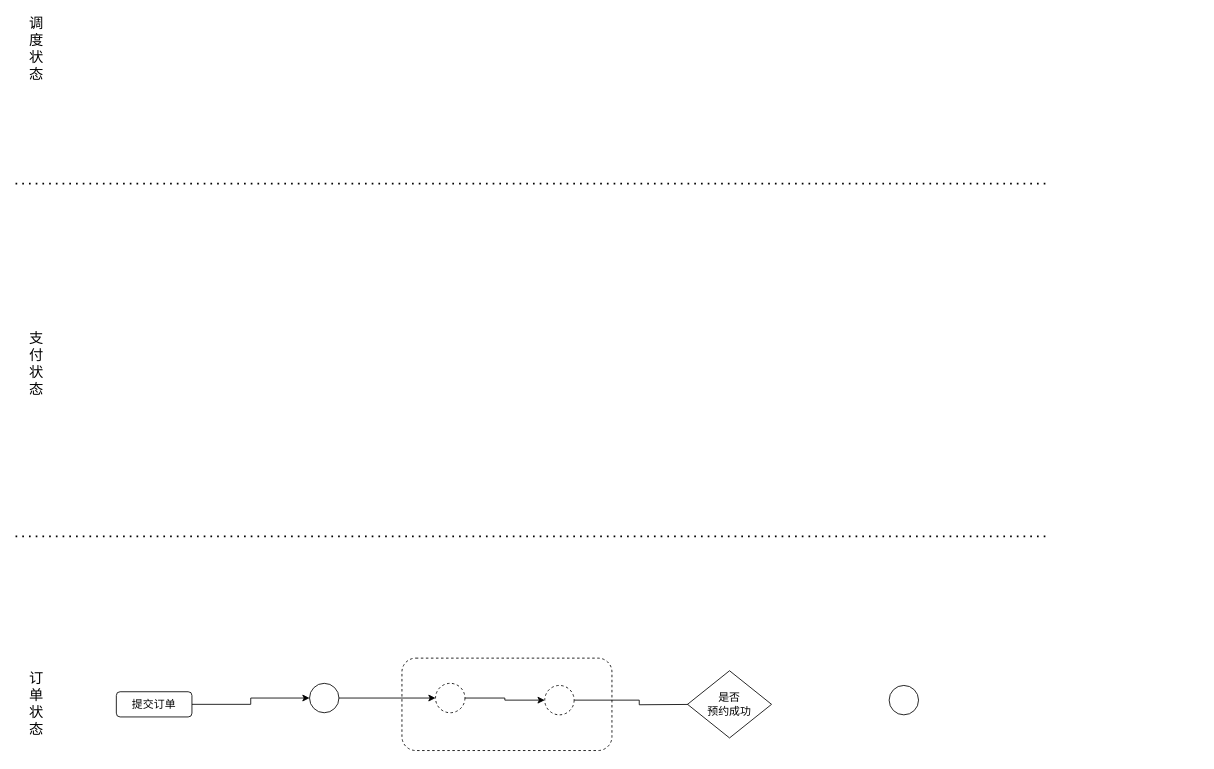
nbnbnb/Draw keeps this draw.io diagram as 状态机.drawio. Above is the earlier version. Source tidied: cells renumbered, new cells numbered last; positions are measured from the earlier drawing's top-left corner, leaving out a move shared by most shapes. Both pictures are drawn from the tidied source at 84%, with x=0, y=0 at pixel (15, 24).
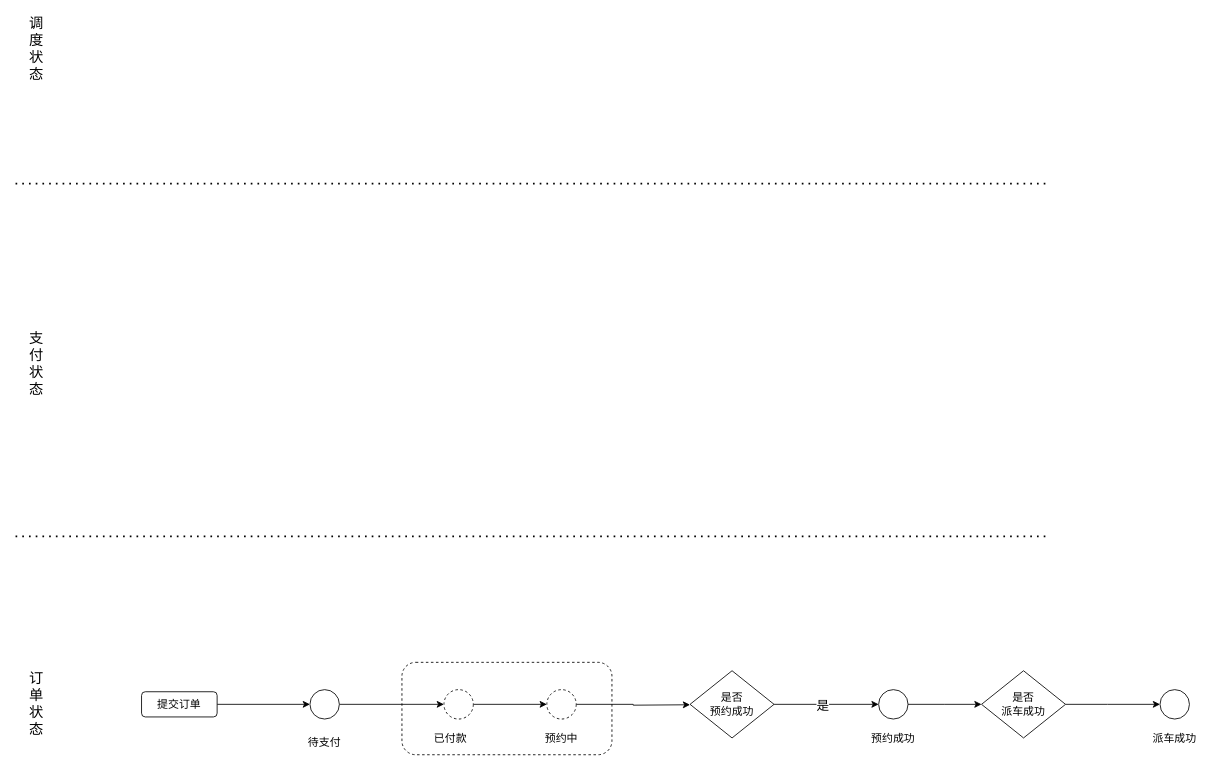
The same diagram, later.

Commit message (it also covers changes not shown here):
更新状态机.drawio

Diff of the diagram source:
```diff
@@
     <mxCell id="2" style="rounded=1;whiteSpace=wrap;html=1;dashed=1;fontSize=13;" parent="1" vertex="1">
-      <mxGeometry x="460" y="755" width="250" height="110" as="geometry" />
+      <mxGeometry x="460" y="760" width="250" height="110" as="geometry" />
     </mxCell>
@@
-    <mxCell id="8" style="edgeStyle=orthogonalEdgeStyle;rounded=0;jettySize=auto;html=1;entryX=0;entryY=0.5;entryDx=0;entryDy=0;fontSize=13;" parent="1" edge="1" source="9" target="11">
+    <mxCell id="8" style="edgeStyle=orthogonalEdgeStyle;rounded=0;jettySize=auto;html=1;exitX=1;exitY=0.5;exitDx=0;exitDy=0;fontSize=13;" parent="1" edge="1" source="9" target="11">
       <mxGeometry relative="1" as="geometry" />
     </mxCell>
     <mxCell id="9" value="提交订单" style="rounded=1;whiteSpace=wrap;html=1;fontSize=13;" parent="1" vertex="1">
-      <mxGeometry x="120" y="795" width="90" height="30" as="geometry" />
+      <mxGeometry x="150" y="795" width="90" height="30" as="geometry" />
     </mxCell>
-    <mxCell id="10" style="edgeStyle=orthogonalEdgeStyle;rounded=0;jettySize=auto;html=1;exitX=1;exitY=0.5;exitDx=0;exitDy=0;entryX=0;entryY=0.5;entryDx=0;entryDy=0;fontSize=13;" parent="1" edge="1" source="11" target="13">
+    <mxCell id="10" style="edgeStyle=orthogonalEdgeStyle;rounded=0;jettySize=auto;html=1;entryX=0;entryY=0.5;entryDx=0;entryDy=0;fontSize=13;" parent="1" edge="1" source="11" target="13">
       <mxGeometry relative="1" as="geometry" />
     </mxCell>
     <mxCell id="11" style="ellipse;whiteSpace=wrap;html=1;fontSize=13;" parent="1" vertex="1">
-      <mxGeometry x="350" y="785" width="35" height="35" as="geometry" />
+      <mxGeometry x="350.5" y="792.5" width="35" height="35" as="geometry" />
     </mxCell>
-    <mxCell id="12" style="edgeStyle=orthogonalEdgeStyle;rounded=0;jettySize=auto;html=1;exitX=1;exitY=0.5;exitDx=0;exitDy=0;entryX=0;entryY=0.5;entryDx=0;entryDy=0;fontSize=13;" parent="1" edge="1" source="13" target="15">
+    <mxCell id="12" style="edgeStyle=orthogonalEdgeStyle;rounded=0;jettySize=auto;html=1;entryX=0;entryY=0.5;entryDx=0;entryDy=0;fontSize=13;" parent="1" edge="1" source="13" target="15">
       <mxGeometry relative="1" as="geometry" />
     </mxCell>
     <mxCell id="13" style="ellipse;whiteSpace=wrap;html=1;fontSize=13;dashed=1;" parent="1" vertex="1">
-      <mxGeometry x="500" y="785" width="35" height="35" as="geometry" />
+      <mxGeometry x="510" y="792.5" width="35" height="35" as="geometry" />
     </mxCell>
-    <mxCell id="14" style="edgeStyle=orthogonalEdgeStyle;rounded=0;jettySize=auto;html=1;entryX=0;entryY=0.5;entryDx=0;entryDy=0;fontSize=13;" parent="1" edge="1" source="15">
-      <mxGeometry relative="1" as="geometry">
-        <mxPoint x="820" y="810" as="targetPoint" />
-      </mxGeometry>
-    </mxCell>
+    <mxCell id="18" style="edgeStyle=orthogonalEdgeStyle;rounded=0;jettySize=auto;html=1;fontSize=13;" parent="1" edge="1" source="15">
+      <mxGeometry relative="1" as="geometry">
+        <mxPoint x="803" y="810.5" as="targetPoint" />
+      </mxGeometry>
+    </mxCell>
     <mxCell id="15" style="ellipse;whiteSpace=wrap;html=1;fontSize=13;dashed=1;" parent="1" vertex="1">
-      <mxGeometry x="630" y="787.5" width="35" height="35" as="geometry" />
+      <mxGeometry x="632.5" y="792.5" width="35" height="35" as="geometry" />
     </mxCell>
+    <mxCell id="19" style="edgeStyle=orthogonalEdgeStyle;rounded=0;jettySize=auto;html=1;entryX=0;entryY=0.5;entryDx=0;entryDy=0;fontSize=13;" parent="1" edge="1" source="16" target="17">
+      <mxGeometry relative="1" as="geometry" />
+    </mxCell>
+    <mxCell id="20" value="是" style="edgeLabel;html=1;align=center;verticalAlign=middle;fontSize=15;" parent="19" vertex="1">
+      <mxGeometry x="-0.32" y="-4" relative="1" as="geometry">
+        <mxPoint x="15" y="-4" as="offset" />
+      </mxGeometry>
+    </mxCell>
     <mxCell id="16" value="是否&lt;br&gt;预约成功" style="rhombus;whiteSpace=wrap;html=1;fontSize=13;" parent="1" vertex="1">
-      <mxGeometry x="800" y="770" width="100" height="80" as="geometry" />
+      <mxGeometry x="803" y="770" width="100" height="80" as="geometry" />
     </mxCell>
+    <mxCell id="21" style="edgeStyle=orthogonalEdgeStyle;rounded=0;jettySize=auto;html=1;fontSize=15;" parent="1" edge="1" source="17">
+      <mxGeometry relative="1" as="geometry">
+        <mxPoint x="1150" y="810" as="targetPoint" />
+      </mxGeometry>
+    </mxCell>
     <mxCell id="17" style="ellipse;whiteSpace=wrap;html=1;fontSize=13;" parent="1" vertex="1">
-      <mxGeometry x="1040" y="787.5" width="35" height="35" as="geometry" />
+      <mxGeometry x="1027.5" y="792.5" width="35" height="35" as="geometry" />
     </mxCell>
+    <mxCell id="22" value="待支付" style="text;html=1;strokeColor=none;fillColor=none;align=center;verticalAlign=middle;whiteSpace=wrap;rounded=0;fontSize=13;" parent="1" vertex="1">
+      <mxGeometry x="338" y="840" width="60" height="30" as="geometry" />
+    </mxCell>
+    <mxCell id="23" value="已付款" style="text;html=1;strokeColor=none;fillColor=none;align=center;verticalAlign=middle;whiteSpace=wrap;rounded=0;fontSize=13;" parent="1" vertex="1">
+      <mxGeometry x="487.5" y="835" width="60" height="30" as="geometry" />
+    </mxCell>
+    <mxCell id="24" value="预约中" style="text;html=1;strokeColor=none;fillColor=none;align=center;verticalAlign=middle;whiteSpace=wrap;rounded=0;fontSize=13;" parent="1" vertex="1">
+      <mxGeometry x="620" y="835" width="60" height="30" as="geometry" />
+    </mxCell>
+    <mxCell id="25" value="预约成功" style="text;html=1;strokeColor=none;fillColor=none;align=center;verticalAlign=middle;whiteSpace=wrap;rounded=0;fontSize=13;" parent="1" vertex="1">
+      <mxGeometry x="1015" y="835" width="60" height="30" as="geometry" />
+    </mxCell>
+    <mxCell id="26" style="edgeStyle=orthogonalEdgeStyle;rounded=0;jettySize=auto;html=1;exitX=1;exitY=0.5;exitDx=0;exitDy=0;entryX=0;entryY=0.5;entryDx=0;entryDy=0;fontSize=15;" parent="1" edge="1" source="27" target="28">
+      <mxGeometry relative="1" as="geometry">
+        <Array as="points">
+          <mxPoint x="1300" y="810" />
+          <mxPoint x="1300" y="810" />
+        </Array>
+      </mxGeometry>
+    </mxCell>
+    <mxCell id="27" value="是否&lt;br&gt;派车成功" style="rhombus;whiteSpace=wrap;html=1;fontSize=13;" parent="1" vertex="1">
+      <mxGeometry x="1150" y="770" width="100" height="80" as="geometry" />
+    </mxCell>
+    <mxCell id="28" style="ellipse;whiteSpace=wrap;html=1;fontSize=13;" parent="1" vertex="1">
+      <mxGeometry x="1362.5" y="792.5" width="35" height="35" as="geometry" />
+    </mxCell>
+    <mxCell id="29" value="派车成功" style="text;html=1;strokeColor=none;fillColor=none;align=center;verticalAlign=middle;whiteSpace=wrap;rounded=0;fontSize=13;" parent="1" vertex="1">
+      <mxGeometry x="1350" y="835" width="60" height="30" as="geometry" />
+    </mxCell>
```
